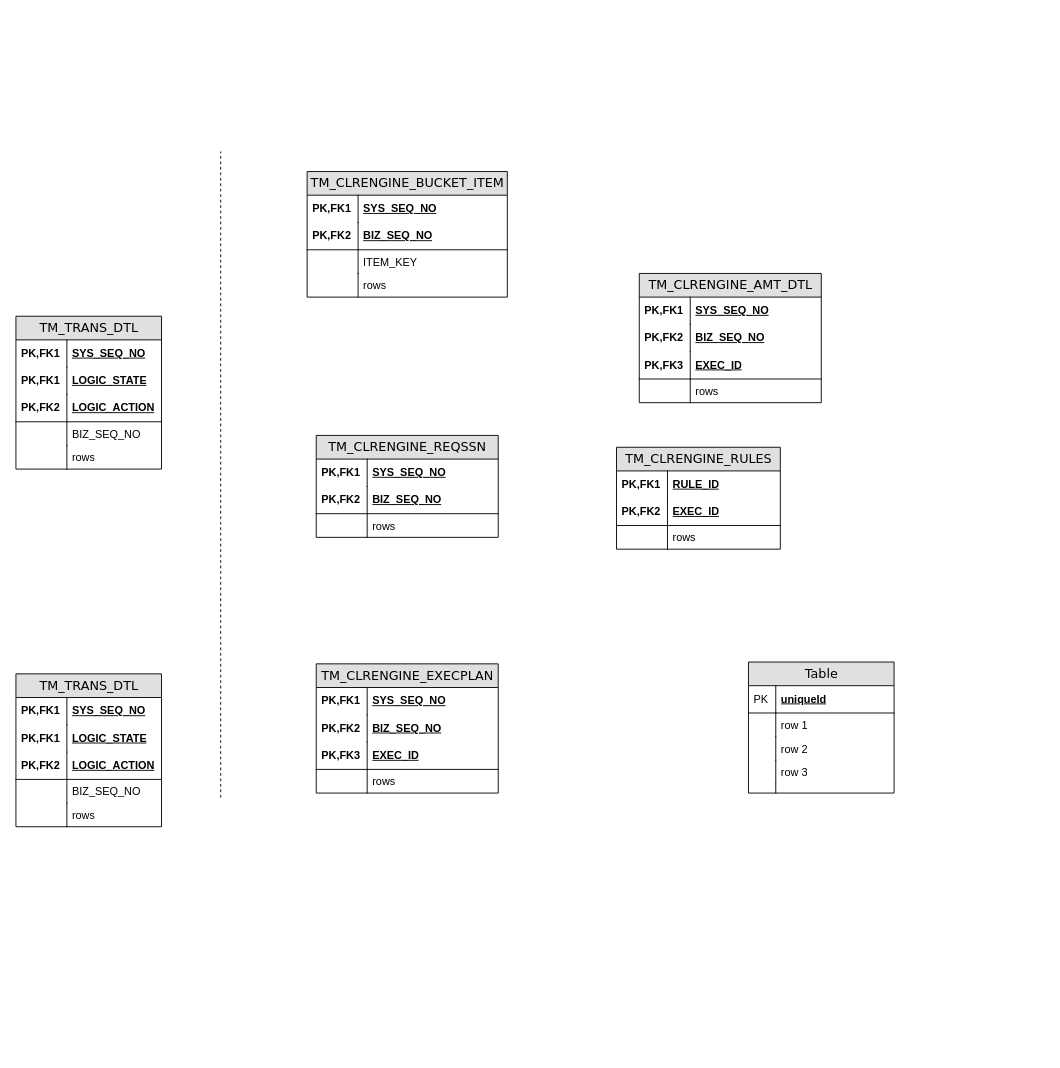
Above: 清算引擎数据结构图.drawio in staconfree/design (draw.io), before the change. Source tidied: cells renumbered, new cells numbered last; positions are measured from the earlier drawing's top-left corner, leaving out a move shared by most shapes. Both pictures are drawn from the tidied source at 91%, with x=0, y=0 at pixel (15, 151).
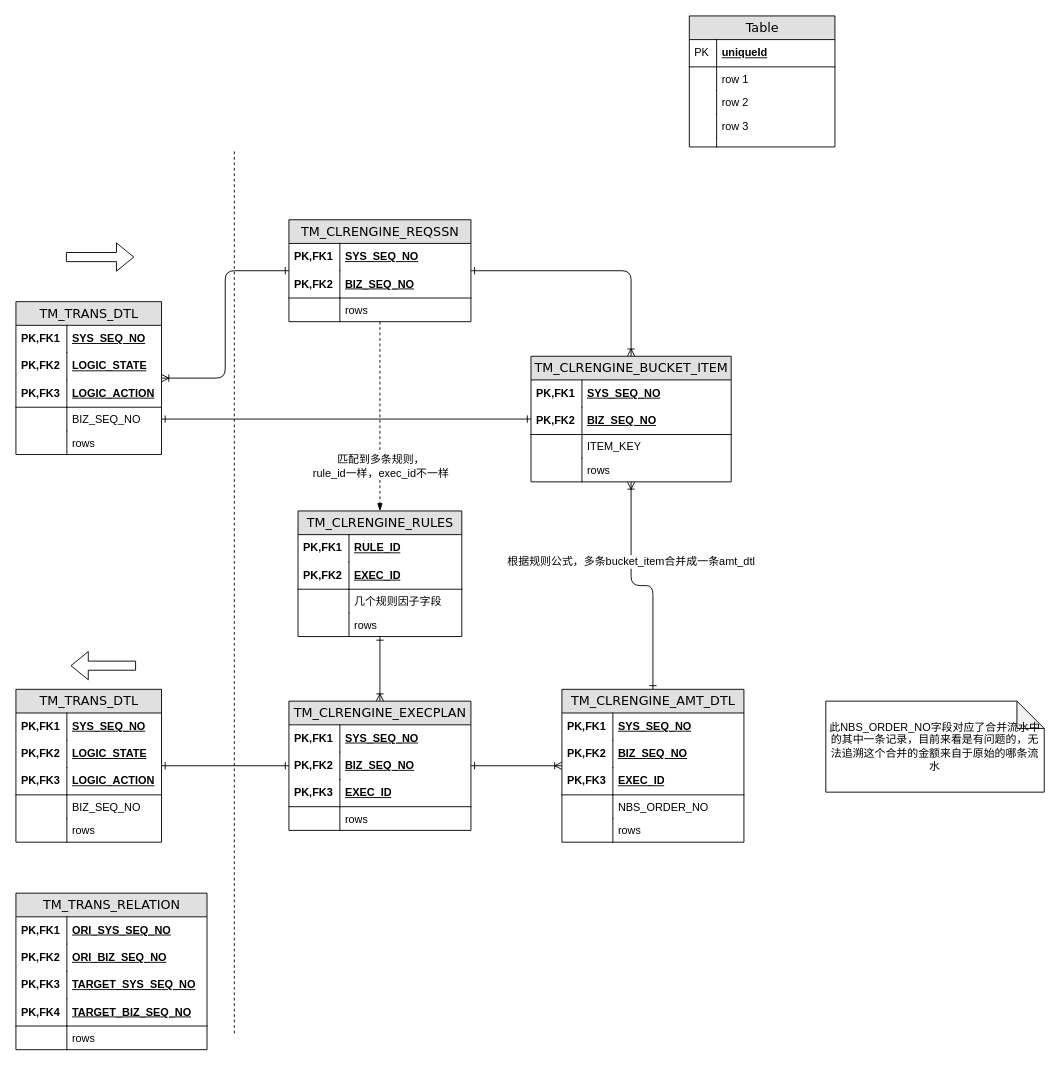
The same diagram, later.

Commit message (it also covers changes not shown here):
更新清算引擎数据结构图.drawio

The change refers to these unchanged cells:
```xml
<mxCell id="16" value="LOGIC_STATE" style="shape=partialRectangle;top=0;left=0;right=0;bottom=0;html=1;align=left;verticalAlign=middle;fillColor=none;spacingLeft=60;spacingRight=4;whiteSpace=wrap;overflow=hidden;fontStyle=5;" parent="13" vertex="1">
  <mxGeometry y="56" width="160" height="30" as="geometry" />
</mxCell>
<mxCell id="18" value="LOGIC_ACTION" style="shape=partialRectangle;top=0;left=0;right=0;bottom=1;html=1;align=left;verticalAlign=middle;fillColor=none;spacingLeft=60;spacingRight=4;whiteSpace=wrap;overflow=hidden;fontStyle=5;" parent="13" vertex="1">
  <mxGeometry y="86" width="160" height="30" as="geometry" />
</mxCell>
<mxCell id="20" value="BIZ_SEQ_NO" style="shape=partialRectangle;top=0;left=0;right=0;bottom=0;html=1;align=left;verticalAlign=top;fillColor=none;spacingLeft=60;spacingRight=4;whiteSpace=wrap;overflow=hidden;points=[[0,0.5],[1,0.5]];portConstraint=eastwest;" parent="13" vertex="1">
  <mxGeometry y="116" width="160" height="26" as="geometry" />
</mxCell>
<mxCell id="61" value="LOGIC_STATE" style="shape=partialRectangle;top=0;left=0;right=0;bottom=0;html=1;align=left;verticalAlign=middle;fillColor=none;spacingLeft=60;spacingRight=4;whiteSpace=wrap;overflow=hidden;fontStyle=5;" parent="58" vertex="1">
  <mxGeometry y="56" width="160" height="30" as="geometry" />
</mxCell>
<mxCell id="63" value="LOGIC_ACTION" style="shape=partialRectangle;top=0;left=0;right=0;bottom=1;html=1;align=left;verticalAlign=middle;fillColor=none;spacingLeft=60;spacingRight=4;whiteSpace=wrap;overflow=hidden;fontStyle=5;" parent="58" vertex="1">
  <mxGeometry y="86" width="160" height="30" as="geometry" />
</mxCell>
```

The edit, as a diff of the source:
```diff
@@
     <mxCell id="2" value="Table" style="swimlane;html=1;fontStyle=0;horizontal=1;startSize=26;fillColor=#e0e0e0;swimlaneFillColor=#ffffff;align=center;rounded=0;shadow=0;comic=0;labelBackgroundColor=none;strokeColor=#000000;strokeWidth=1;fontFamily=Verdana;fontSize=14;fontColor=#000000;swimlaneLine=1;" parent="1" vertex="1">
-      <mxGeometry x="805" y="561" width="160" height="144" as="geometry" />
+      <mxGeometry x="740" y="-149" width="160" height="144" as="geometry" />
     </mxCell>
@@
+    <mxCell id="77" style="edgeStyle=orthogonalEdgeStyle;rounded=1;jettySize=auto;html=1;startArrow=ERoneToMany;startFill=0;endArrow=ERone;endFill=0;" parent="1" edge="1" source="13" target="24">
+      <mxGeometry relative="1" as="geometry" />
+    </mxCell>
+    <mxCell id="78" style="edgeStyle=orthogonalEdgeStyle;rounded=1;jettySize=auto;html=1;startArrow=ERone;startFill=0;endArrow=ERone;endFill=0;exitX=1;exitY=0.5;exitDx=0;exitDy=0;" parent="1" edge="1" source="20" target="40">
+      <mxGeometry relative="1" as="geometry" />
+    </mxCell>
     <mxCell id="13" value="TM_TRANS_DTL" style="swimlane;html=1;fontStyle=0;horizontal=1;startSize=26;fillColor=#e0e0e0;swimlaneFillColor=#ffffff;align=center;rounded=0;shadow=0;comic=0;labelBackgroundColor=none;strokeColor=#000000;strokeWidth=1;fontFamily=Verdana;fontSize=14;fontColor=#000000;" parent="1" vertex="1">
-      <mxGeometry y="181" width="160" height="168" as="geometry" />
+      <mxGeometry y="165" width="160" height="168" as="geometry" />
     </mxCell>
@@
-    <mxCell id="17" value="PK,FK1" style="shape=partialRectangle;fontStyle=1;top=0;left=0;bottom=0;html=1;fillColor=none;align=left;verticalAlign=middle;spacingLeft=4;spacingRight=4;whiteSpace=wrap;overflow=hidden;" parent="16" vertex="1">
+    <mxCell id="17" value="PK,FK2" style="shape=partialRectangle;fontStyle=1;top=0;left=0;bottom=0;html=1;fillColor=none;align=left;verticalAlign=middle;spacingLeft=4;spacingRight=4;whiteSpace=wrap;overflow=hidden;" parent="16" vertex="1">
       <mxGeometry width="56" height="30" as="geometry" />
     </mxCell>
@@
-    <mxCell id="19" value="PK,FK2" style="shape=partialRectangle;fontStyle=1;top=0;left=0;bottom=0;html=1;fillColor=none;align=left;verticalAlign=middle;spacingLeft=4;spacingRight=4;whiteSpace=wrap;overflow=hidden;" parent="18" vertex="1">
+    <mxCell id="19" value="PK,FK3" style="shape=partialRectangle;fontStyle=1;top=0;left=0;bottom=0;html=1;fillColor=none;align=left;verticalAlign=middle;spacingLeft=4;spacingRight=4;whiteSpace=wrap;overflow=hidden;" parent="18" vertex="1">
       <mxGeometry width="56" height="30" as="geometry" />
     </mxCell>
@@
+    <mxCell id="79" style="edgeStyle=orthogonalEdgeStyle;rounded=1;jettySize=auto;html=1;startArrow=ERone;startFill=0;endArrow=ERoneToMany;endFill=0;" parent="1" edge="1" source="24" target="40">
+      <mxGeometry relative="1" as="geometry" />
+    </mxCell>
+    <mxCell id="80" style="edgeStyle=orthogonalEdgeStyle;rounded=1;jettySize=auto;html=1;startArrow=none;startFill=0;endArrow=blockThin;endFill=1;dashed=1;" parent="1" edge="1" source="24" target="70">
+      <mxGeometry relative="1" as="geometry" />
+    </mxCell>
+    <mxCell id="81" value="匹配到多条规则，&lt;br&gt;rule_id一样，exec_id不一样" style="text;html=1;align=center;verticalAlign=middle;labelBackgroundColor=#ffffff;" parent="80" vertex="1">
+      <mxGeometry x="0.32" y="-1" relative="1" as="geometry">
+        <mxPoint x="1" y="21" as="offset" />
+      </mxGeometry>
+    </mxCell>
     <mxCell id="24" value="TM_CLRENGINE_REQSSN" style="swimlane;html=1;fontStyle=0;horizontal=1;startSize=26;fillColor=#e0e0e0;swimlaneFillColor=#ffffff;align=center;rounded=0;shadow=0;comic=0;labelBackgroundColor=none;strokeColor=#000000;strokeWidth=1;fontFamily=Verdana;fontSize=14;fontColor=#000000;" parent="1" vertex="1">
-      <mxGeometry x="330" y="312" width="200" height="112" as="geometry" />
+      <mxGeometry x="300" y="75" width="200" height="112" as="geometry" />
     </mxCell>
@@
+    <mxCell id="82" style="edgeStyle=orthogonalEdgeStyle;rounded=1;jettySize=auto;html=1;startArrow=ERone;startFill=0;endArrow=ERone;endFill=0;" parent="1" edge="1" source="31" target="58">
+      <mxGeometry relative="1" as="geometry" />
+    </mxCell>
+    <mxCell id="83" style="edgeStyle=orthogonalEdgeStyle;rounded=1;jettySize=auto;html=1;startArrow=ERone;startFill=0;endArrow=ERoneToMany;endFill=0;" parent="1" edge="1" source="31" target="49">
+      <mxGeometry relative="1" as="geometry" />
+    </mxCell>
     <mxCell id="31" value="TM_CLRENGINE_EXECPLAN" style="swimlane;html=1;fontStyle=0;horizontal=1;startSize=26;fillColor=#e0e0e0;swimlaneFillColor=#ffffff;align=center;rounded=0;shadow=0;comic=0;labelBackgroundColor=none;strokeColor=#000000;strokeWidth=1;fontFamily=Verdana;fontSize=14;fontColor=#000000;" parent="1" vertex="1">
-      <mxGeometry x="330" y="563" width="200" height="142" as="geometry" />
+      <mxGeometry x="300" y="604" width="200" height="142" as="geometry" />
     </mxCell>
@@
+    <mxCell id="84" style="edgeStyle=orthogonalEdgeStyle;rounded=1;jettySize=auto;html=1;startArrow=ERoneToMany;startFill=0;endArrow=ERone;endFill=0;" parent="1" edge="1" source="40" target="49">
+      <mxGeometry relative="1" as="geometry" />
+    </mxCell>
+    <mxCell id="85" value="根据规则公式，多条bucket_item合并成一条amt_dtl" style="text;html=1;align=center;verticalAlign=middle;labelBackgroundColor=#ffffff;" parent="84" vertex="1">
+      <mxGeometry x="-0.31" y="-1" relative="1" as="geometry" />
+    </mxCell>
     <mxCell id="40" value="TM_CLRENGINE_BUCKET_ITEM" style="swimlane;html=1;fontStyle=0;horizontal=1;startSize=26;fillColor=#e0e0e0;swimlaneFillColor=#ffffff;align=center;rounded=0;shadow=0;comic=0;labelBackgroundColor=none;strokeColor=#000000;strokeWidth=1;fontFamily=Verdana;fontSize=14;fontColor=#000000;" parent="1" vertex="1">
-      <mxGeometry x="320" y="22" width="220" height="138" as="geometry" />
+      <mxGeometry x="566" y="225" width="220" height="138" as="geometry" />
     </mxCell>
@@
     <mxCell id="49" value="TM_CLRENGINE_AMT_DTL" style="swimlane;html=1;fontStyle=0;horizontal=1;startSize=26;fillColor=#e0e0e0;swimlaneFillColor=#ffffff;align=center;rounded=0;shadow=0;comic=0;labelBackgroundColor=none;strokeColor=#000000;strokeWidth=1;fontFamily=Verdana;fontSize=14;fontColor=#000000;" parent="1" vertex="1">
-      <mxGeometry x="685" y="134" width="200" height="142" as="geometry" />
+      <mxGeometry x="600" y="591" width="200" height="168" as="geometry" />
     </mxCell>
@@
-    <mxCell id="56" value="&lt;div&gt;rows&lt;/div&gt;" style="shape=partialRectangle;top=0;left=0;right=0;bottom=0;html=1;align=left;verticalAlign=top;fillColor=none;spacingLeft=60;spacingRight=4;whiteSpace=wrap;overflow=hidden;" parent="49" vertex="1">
+    <mxCell id="56" value="NBS_ORDER_NO" style="shape=partialRectangle;top=0;left=0;right=0;bottom=0;html=1;align=left;verticalAlign=top;fillColor=none;spacingLeft=60;spacingRight=4;whiteSpace=wrap;overflow=hidden;" parent="49" vertex="1">
       <mxGeometry y="116" width="200" height="26" as="geometry" />
     </mxCell>
@@
+    <mxCell id="86" value="&lt;div&gt;rows&lt;/div&gt;" style="shape=partialRectangle;top=0;left=0;right=0;bottom=0;html=1;align=left;verticalAlign=top;fillColor=none;spacingLeft=60;spacingRight=4;whiteSpace=wrap;overflow=hidden;" parent="49" vertex="1">
+      <mxGeometry y="142" width="200" height="26" as="geometry" />
+    </mxCell>
+    <mxCell id="87" style="shape=partialRectangle;top=0;left=0;bottom=0;html=1;fillColor=none;align=left;verticalAlign=top;spacingLeft=4;spacingRight=4;whiteSpace=wrap;overflow=hidden;" parent="86" vertex="1">
+      <mxGeometry width="56" height="26" as="geometry" />
+    </mxCell>
     <mxCell id="58" value="TM_TRANS_DTL" style="swimlane;html=1;fontStyle=0;horizontal=1;startSize=26;fillColor=#e0e0e0;swimlaneFillColor=#ffffff;align=center;rounded=0;shadow=0;comic=0;labelBackgroundColor=none;strokeColor=#000000;strokeWidth=1;fontFamily=Verdana;fontSize=14;fontColor=#000000;" parent="1" vertex="1">
-      <mxGeometry y="574" width="160" height="168" as="geometry" />
+      <mxGeometry y="591" width="160" height="168" as="geometry" />
     </mxCell>
@@
-    <mxCell id="62" value="PK,FK1" style="shape=partialRectangle;fontStyle=1;top=0;left=0;bottom=0;html=1;fillColor=none;align=left;verticalAlign=middle;spacingLeft=4;spacingRight=4;whiteSpace=wrap;overflow=hidden;" parent="61" vertex="1">
+    <mxCell id="62" value="PK,FK2" style="shape=partialRectangle;fontStyle=1;top=0;left=0;bottom=0;html=1;fillColor=none;align=left;verticalAlign=middle;spacingLeft=4;spacingRight=4;whiteSpace=wrap;overflow=hidden;" parent="61" vertex="1">
       <mxGeometry width="56" height="30" as="geometry" />
     </mxCell>
@@
-    <mxCell id="64" value="PK,FK2" style="shape=partialRectangle;fontStyle=1;top=0;left=0;bottom=0;html=1;fillColor=none;align=left;verticalAlign=middle;spacingLeft=4;spacingRight=4;whiteSpace=wrap;overflow=hidden;" parent="63" vertex="1">
+    <mxCell id="64" value="PK,FK3" style="shape=partialRectangle;fontStyle=1;top=0;left=0;bottom=0;html=1;fillColor=none;align=left;verticalAlign=middle;spacingLeft=4;spacingRight=4;whiteSpace=wrap;overflow=hidden;" parent="63" vertex="1">
       <mxGeometry width="56" height="30" as="geometry" />
     </mxCell>
@@
     <mxCell id="69" style="endArrow=none;dashed=1;html=1;" parent="1" edge="1">
       <mxGeometry relative="1" as="geometry">
-        <mxPoint x="225" y="710" as="sourcePoint" />
-        <mxPoint x="225" as="targetPoint" />
+        <mxPoint x="240" y="969" as="sourcePoint" />
+        <mxPoint x="240" as="targetPoint" />
       </mxGeometry>
     </mxCell>
+    <mxCell id="88" style="edgeStyle=orthogonalEdgeStyle;rounded=1;jettySize=auto;html=1;startArrow=ERone;startFill=0;endArrow=ERoneToMany;endFill=0;" parent="1" edge="1" source="70" target="31">
+      <mxGeometry relative="1" as="geometry" />
+    </mxCell>
     <mxCell id="70" value="TM_CLRENGINE_RULES" style="swimlane;html=1;fontStyle=0;horizontal=1;startSize=26;fillColor=#e0e0e0;swimlaneFillColor=#ffffff;align=center;rounded=0;shadow=0;comic=0;labelBackgroundColor=none;strokeColor=#000000;strokeWidth=1;fontFamily=Verdana;fontSize=14;fontColor=#000000;" parent="1" vertex="1">
-      <mxGeometry x="660" y="325" width="180" height="112" as="geometry" />
+      <mxGeometry x="310" y="395" width="180" height="138" as="geometry" />
     </mxCell>
@@
-    <mxCell id="75" value="&lt;div&gt;rows&lt;/div&gt;" style="shape=partialRectangle;top=0;left=0;right=0;bottom=0;html=1;align=left;verticalAlign=top;fillColor=none;spacingLeft=60;spacingRight=4;whiteSpace=wrap;overflow=hidden;" parent="70" vertex="1">
+    <mxCell id="75" value="几个规则因子字段" style="shape=partialRectangle;top=0;left=0;right=0;bottom=0;html=1;align=left;verticalAlign=top;fillColor=none;spacingLeft=60;spacingRight=4;whiteSpace=wrap;overflow=hidden;" parent="70" vertex="1">
       <mxGeometry y="86" width="180" height="26" as="geometry" />
     </mxCell>
@@
+    <mxCell id="89" value="&lt;div&gt;rows&lt;/div&gt;" style="shape=partialRectangle;top=0;left=0;right=0;bottom=0;html=1;align=left;verticalAlign=top;fillColor=none;spacingLeft=60;spacingRight=4;whiteSpace=wrap;overflow=hidden;" parent="70" vertex="1">
+      <mxGeometry y="112" width="180" height="26" as="geometry" />
+    </mxCell>
+    <mxCell id="90" style="shape=partialRectangle;top=0;left=0;bottom=0;html=1;fillColor=none;align=left;verticalAlign=top;spacingLeft=4;spacingRight=4;whiteSpace=wrap;overflow=hidden;" parent="89" vertex="1">
+      <mxGeometry width="56" height="26" as="geometry" />
+    </mxCell>
+    <mxCell id="91" value="&lt;div&gt;此NBS_ORDER_NO字段对应了合并流水中的其中一条记录，目前来看是有问题的，无法追溯这个合并的金额来自于原始的哪条流水&lt;/div&gt;" style="shape=note;whiteSpace=wrap;html=1;backgroundOutline=1;darkOpacity=0.05;" parent="1" vertex="1">
+      <mxGeometry x="890" y="604" width="240" height="100" as="geometry" />
+    </mxCell>
+    <mxCell id="92" style="shape=flexArrow;endArrow=classic;html=1;" parent="1" edge="1">
+      <mxGeometry relative="1" as="geometry">
+        <mxPoint x="55" y="116" as="sourcePoint" />
+        <mxPoint x="130" y="116" as="targetPoint" />
+      </mxGeometry>
+    </mxCell>
+    <mxCell id="93" style="shape=flexArrow;endArrow=classic;html=1;" parent="1" edge="1">
+      <mxGeometry relative="1" as="geometry">
+        <mxPoint x="132" y="565" as="sourcePoint" />
+        <mxPoint x="60" y="565" as="targetPoint" />
+      </mxGeometry>
+    </mxCell>
+    <mxCell id="94" value="&lt;div&gt;TM_TRANS_RELATION&lt;/div&gt;" style="swimlane;html=1;fontStyle=0;horizontal=1;startSize=26;fillColor=#e0e0e0;swimlaneFillColor=#ffffff;align=center;rounded=0;shadow=0;comic=0;labelBackgroundColor=none;strokeColor=#000000;strokeWidth=1;fontFamily=Verdana;fontSize=14;fontColor=#000000;" parent="1" vertex="1">
+      <mxGeometry y="815" width="210" height="172" as="geometry" />
+    </mxCell>
+    <mxCell id="95" value="ORI_SYS_SEQ_NO" style="shape=partialRectangle;top=0;left=0;right=0;bottom=0;html=1;align=left;verticalAlign=middle;fillColor=none;spacingLeft=60;spacingRight=4;whiteSpace=wrap;overflow=hidden;fontStyle=5;" parent="94" vertex="1">
+      <mxGeometry y="26" width="210" height="30" as="geometry" />
+    </mxCell>
+    <mxCell id="96" value="PK,FK1" style="shape=partialRectangle;fontStyle=1;top=0;left=0;bottom=0;html=1;fillColor=none;align=left;verticalAlign=middle;spacingLeft=4;spacingRight=4;whiteSpace=wrap;overflow=hidden;" parent="95" vertex="1">
+      <mxGeometry width="56" height="30" as="geometry" />
+    </mxCell>
+    <mxCell id="97" value="ORI_BIZ_SEQ_NO" style="shape=partialRectangle;top=0;left=0;right=0;bottom=0;html=1;align=left;verticalAlign=middle;fillColor=none;spacingLeft=60;spacingRight=4;whiteSpace=wrap;overflow=hidden;fontStyle=5;" parent="94" vertex="1">
+      <mxGeometry y="56" width="210" height="30" as="geometry" />
+    </mxCell>
+    <mxCell id="98" value="PK,FK2" style="shape=partialRectangle;fontStyle=1;top=0;left=0;bottom=0;html=1;fillColor=none;align=left;verticalAlign=middle;spacingLeft=4;spacingRight=4;whiteSpace=wrap;overflow=hidden;" parent="97" vertex="1">
+      <mxGeometry width="56" height="30" as="geometry" />
+    </mxCell>
+    <mxCell id="99" value="TARGET_SYS_SEQ_NO" style="shape=partialRectangle;top=0;left=0;right=0;bottom=0;html=1;align=left;verticalAlign=middle;fillColor=none;spacingLeft=60;spacingRight=4;whiteSpace=wrap;overflow=hidden;fontStyle=5;" parent="94" vertex="1">
+      <mxGeometry y="86" width="210" height="30" as="geometry" />
+    </mxCell>
+    <mxCell id="100" value="PK,FK3" style="shape=partialRectangle;fontStyle=1;top=0;left=0;bottom=0;html=1;fillColor=none;align=left;verticalAlign=middle;spacingLeft=4;spacingRight=4;whiteSpace=wrap;overflow=hidden;" parent="99" vertex="1">
+      <mxGeometry width="56" height="30" as="geometry" />
+    </mxCell>
+    <mxCell id="101" value="TARGET_BIZ_SEQ_NO" style="shape=partialRectangle;top=0;left=0;right=0;bottom=1;html=1;align=left;verticalAlign=middle;fillColor=none;spacingLeft=60;spacingRight=4;whiteSpace=wrap;overflow=hidden;fontStyle=5;" parent="94" vertex="1">
+      <mxGeometry y="116" width="210" height="30" as="geometry" />
+    </mxCell>
+    <mxCell id="102" value="PK,FK4" style="shape=partialRectangle;fontStyle=1;top=0;left=0;bottom=0;html=1;fillColor=none;align=left;verticalAlign=middle;spacingLeft=4;spacingRight=4;whiteSpace=wrap;overflow=hidden;" parent="101" vertex="1">
+      <mxGeometry width="56" height="30" as="geometry" />
+    </mxCell>
+    <mxCell id="103" value="&lt;div&gt;rows&lt;/div&gt;" style="shape=partialRectangle;top=0;left=0;right=0;bottom=0;html=1;align=left;verticalAlign=top;fillColor=none;spacingLeft=60;spacingRight=4;whiteSpace=wrap;overflow=hidden;" parent="94" vertex="1">
+      <mxGeometry y="146" width="210" height="26" as="geometry" />
+    </mxCell>
+    <mxCell id="104" style="shape=partialRectangle;top=0;left=0;bottom=0;html=1;fillColor=none;align=left;verticalAlign=top;spacingLeft=4;spacingRight=4;whiteSpace=wrap;overflow=hidden;" parent="103" vertex="1">
+      <mxGeometry width="56" height="26" as="geometry" />
+    </mxCell>
```
